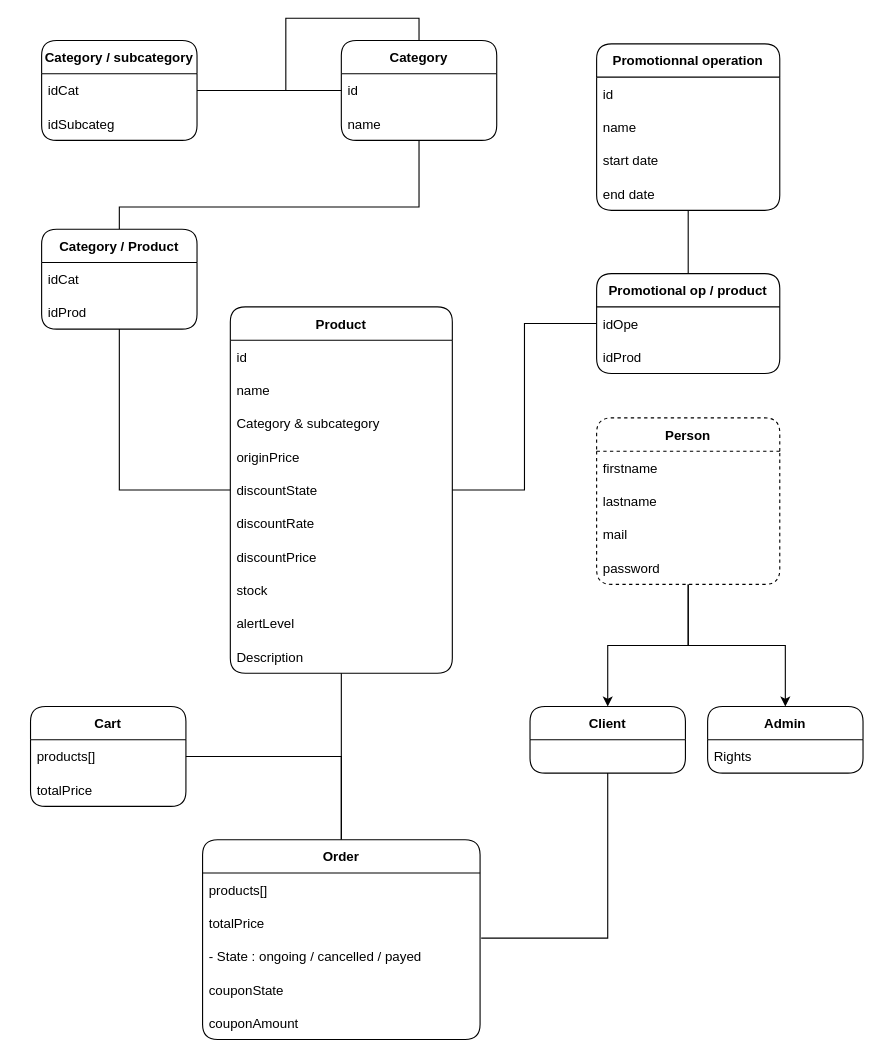
zbendd/ptut8 keeps this draw.io diagram as ptut8_DiagrammeDeClasse_V1.0.drawio. Above is the earlier version. Source tidied: cells renumbered, new cells numbered last; positions are measured from the earlier drawing's top-left corner, leaving out a move shared by most shapes. Both pictures are drawn from the tidied source at 111%, with x=0, y=0 at pixel (30, 18).
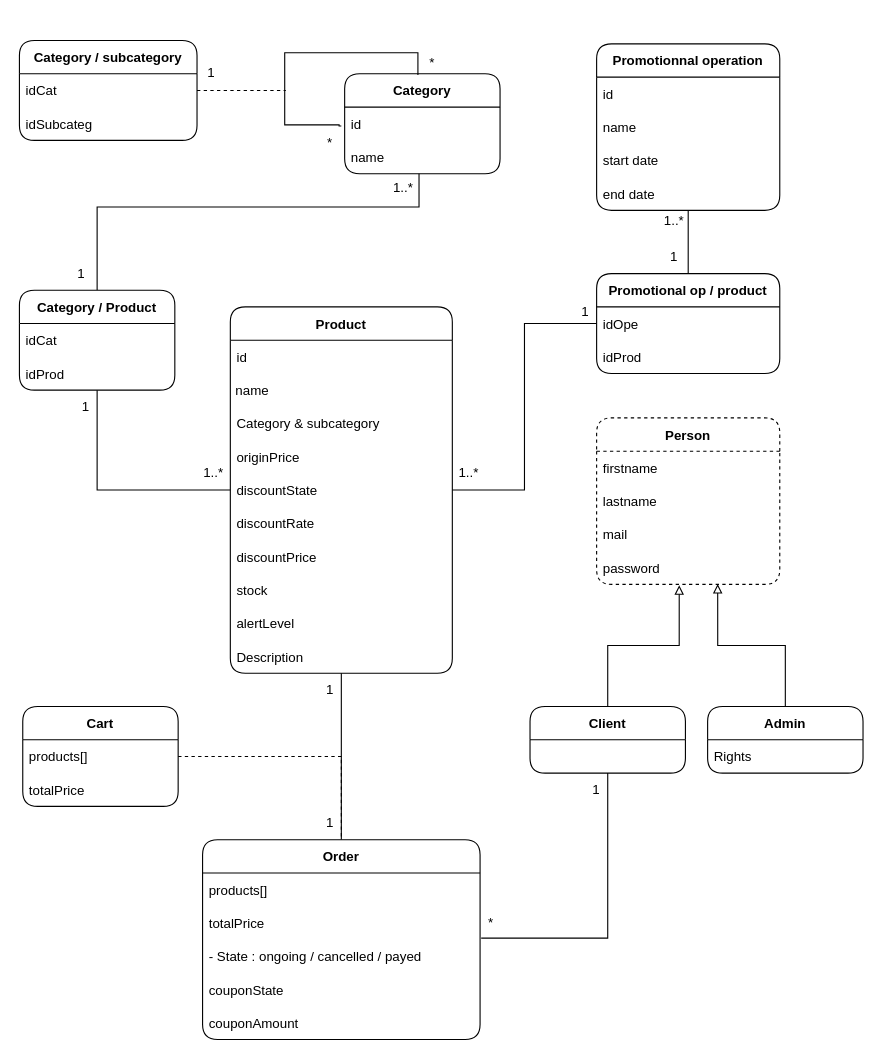
The same diagram, later.

Unchanged cells that the change refers to:
```xml
<mxCell id="8" value="id" style="text;strokeColor=none;fillColor=none;align=left;verticalAlign=middle;spacingLeft=4;spacingRight=4;overflow=hidden;points=[[0,0.5],[1,0.5]];portConstraint=eastwest;" parent="7" vertex="1">
  <mxGeometry y="30" width="140" height="30" as="geometry" />
</mxCell>
<mxCell id="12" value="Product" style="swimlane;fontStyle=1;horizontal=1;startSize=30;gradientColor=none;rounded=1;" parent="1" vertex="1">
  <mxGeometry x="180" y="260" width="200" height="330" as="geometry" />
</mxCell>
<mxCell id="38" value="Person" style="swimlane;fontStyle=1;horizontal=1;startSize=30;gradientColor=none;rounded=1;dashed=1;" parent="1" vertex="1">
  <mxGeometry x="510" y="360" width="165" height="150" as="geometry" />
</mxCell>
<mxCell id="42" value="password" style="text;strokeColor=none;fillColor=none;align=left;verticalAlign=middle;spacingLeft=4;spacingRight=4;overflow=hidden;points=[[0,0.5],[1,0.5]];portConstraint=eastwest;" parent="38" vertex="1">
  <mxGeometry y="120" width="165" height="30" as="geometry" />
</mxCell>
<mxCell id="47" value="Order" style="swimlane;fontStyle=1;horizontal=1;startSize=30;gradientColor=none;rounded=1;" parent="1" vertex="1">
  <mxGeometry x="155" y="740" width="250" height="180" as="geometry" />
</mxCell>
<mxCell id="54" value="Client" style="swimlane;fontStyle=1;horizontal=1;startSize=30;gradientColor=none;rounded=1;" parent="1" vertex="1">
  <mxGeometry x="450" y="620" width="140" height="60" as="geometry" />
</mxCell>
<mxCell id="55" value="Admin" style="swimlane;fontStyle=1;horizontal=1;startSize=30;gradientColor=none;rounded=1;" parent="1" vertex="1">
  <mxGeometry x="610" y="620" width="140" height="60" as="geometry" />
</mxCell>
```

What changed in the source:
```diff
@@
-    <mxCell id="2" style="edgeStyle=orthogonalEdgeStyle;rounded=0;jettySize=auto;html=1;endArrow=none;endFill=0;entryX=0;entryY=0.5;entryDx=0;entryDy=0;" parent="1" edge="1" source="3" target="8">
-      <mxGeometry relative="1" as="geometry" />
-    </mxCell>
+    <mxCell id="58" style="edgeStyle=orthogonalEdgeStyle;rounded=0;jettySize=auto;html=1;endArrow=none;endFill=0;dashed=1;" parent="1" edge="1" source="3">
+      <mxGeometry relative="1" as="geometry">
+        <mxPoint x="230" y="65" as="targetPoint" />
+      </mxGeometry>
+    </mxCell>
     <mxCell id="3" value="Category / subcategory" style="swimlane;fontStyle=1;horizontal=1;startSize=30;gradientColor=none;rounded=1;" parent="1" vertex="1">
-      <mxGeometry x="10" y="20" width="140" height="90" as="geometry" />
+      <mxGeometry x="-10" y="20" width="160" height="90" as="geometry" />
     </mxCell>
     <mxCell id="4" value="idCat" style="text;strokeColor=none;fillColor=none;align=left;verticalAlign=middle;spacingLeft=4;spacingRight=4;overflow=hidden;" parent="3" vertex="1">
-      <mxGeometry y="30" width="140" height="30" as="geometry" />
+      <mxGeometry y="30" width="160" height="30" as="geometry" />
     </mxCell>
     <mxCell id="5" value="idSubcateg" style="text;strokeColor=none;fillColor=none;align=left;verticalAlign=middle;spacingLeft=4;spacingRight=4;overflow=hidden;" parent="3" vertex="1">
-      <mxGeometry y="60" width="140" height="30" as="geometry" />
+      <mxGeometry y="60" width="160" height="30" as="geometry" />
     </mxCell>
     <mxCell id="6" style="edgeStyle=orthogonalEdgeStyle;rounded=0;jettySize=auto;html=1;entryX=0.5;entryY=0;entryDx=0;entryDy=0;endArrow=none;endFill=0;" parent="1" edge="1" source="7" target="24">
       <mxGeometry relative="1" as="geometry">
         <Array as="points">
           <mxPoint x="350" y="170" />
-          <mxPoint x="80" y="170" />
+          <mxPoint x="60" y="170" />
         </Array>
       </mxGeometry>
     </mxCell>
     <mxCell id="7" value="Category" style="swimlane;fontStyle=1;horizontal=1;startSize=30;gradientColor=none;rounded=1;" parent="1" vertex="1">
-      <mxGeometry x="280" y="20" width="140" height="90" as="geometry" />
+      <mxGeometry x="283" y="50" width="140" height="90" as="geometry" />
     </mxCell>
@@
-    <mxCell id="10" style="edgeStyle=orthogonalEdgeStyle;rounded=0;jettySize=auto;html=1;exitX=0.5;exitY=0;exitDx=0;exitDy=0;endArrow=none;endFill=0;entryX=0;entryY=0.5;entryDx=0;entryDy=0;" parent="7" edge="1" source="7" target="8">
+    <mxCell id="10" style="edgeStyle=orthogonalEdgeStyle;rounded=0;jettySize=auto;html=1;exitX=0.5;exitY=0;exitDx=0;exitDy=0;endArrow=none;endFill=0;entryX=1;entryY=0;entryDx=0;entryDy=0;" parent="7" edge="1" target="62">
       <mxGeometry relative="1" as="geometry">
+        <mxPoint x="66" y="1" as="sourcePoint" />
         <Array as="points">
-          <mxPoint x="70" y="-20" />
-          <mxPoint x="-50" y="-20" />
-          <mxPoint x="-50" y="45" />
+          <mxPoint x="66" y="-19" />
+          <mxPoint x="-54" y="-19" />
+          <mxPoint x="-54" y="46" />
+          <mxPoint x="-5" y="46" />
         </Array>
       </mxGeometry>
     </mxCell>
@@
-    <mxCell id="14" value="name" style="text;strokeColor=none;fillColor=none;align=left;verticalAlign=middle;spacingLeft=4;spacingRight=4;overflow=hidden;" parent="12" vertex="1">
+    <mxCell id="14" value="name" style="text;strokeColor=none;fillColor=none;align=left;verticalAlign=middle;spacingLeft=4;spacingRight=4;overflow=hidden;spacing=1;" parent="12" vertex="1">
       <mxGeometry y="60" width="200" height="30" as="geometry" />
     </mxCell>
@@
     <mxCell id="24" value="Category / Product" style="swimlane;fontStyle=1;horizontal=1;startSize=30;gradientColor=none;rounded=1;" parent="1" vertex="1">
-      <mxGeometry x="10" y="190" width="140" height="90" as="geometry" />
+      <mxGeometry x="-10" y="245" width="140" height="90" as="geometry" />
     </mxCell>
@@
-    <mxCell id="36" style="edgeStyle=orthogonalEdgeStyle;rounded=0;jettySize=auto;html=1;entryX=0.5;entryY=0;entryDx=0;entryDy=0;endArrow=classic;endFill=1;" parent="1" edge="1" source="38" target="55">
-      <mxGeometry relative="1" as="geometry" />
-    </mxCell>
-    <mxCell id="37" style="edgeStyle=orthogonalEdgeStyle;rounded=0;jettySize=auto;html=1;entryX=0.5;entryY=0;entryDx=0;entryDy=0;endArrow=classic;endFill=1;" parent="1" edge="1" source="38" target="54">
-      <mxGeometry relative="1" as="geometry" />
-    </mxCell>
@@
-    <mxCell id="43" style="edgeStyle=orthogonalEdgeStyle;rounded=0;jettySize=auto;html=1;endArrow=none;endFill=0;entryX=0.5;entryY=0;entryDx=0;entryDy=0;" parent="1" edge="1" source="44" target="47">
+    <mxCell id="43" style="edgeStyle=orthogonalEdgeStyle;rounded=0;jettySize=auto;html=1;endArrow=none;endFill=0;entryX=0.5;entryY=0;entryDx=0;entryDy=0;dashed=1;" parent="1" edge="1" source="44" target="47">
       <mxGeometry relative="1" as="geometry" />
     </mxCell>
     <mxCell id="44" value="Cart" style="swimlane;fontStyle=1;horizontal=1;startSize=30;gradientColor=none;rounded=1;" parent="1" vertex="1">
-      <mxGeometry y="620" width="140" height="90" as="geometry" />
+      <mxGeometry x="-7" y="620" width="140" height="90" as="geometry" />
     </mxCell>
@@
+    <mxCell id="59" style="edgeStyle=orthogonalEdgeStyle;rounded=0;jettySize=auto;html=1;entryX=0.451;entryY=1.025;entryDx=0;entryDy=0;entryPerimeter=0;endArrow=block;endFill=0;" parent="1" edge="1" source="54" target="42">
+      <mxGeometry relative="1" as="geometry" />
+    </mxCell>
@@
+    <mxCell id="60" style="edgeStyle=orthogonalEdgeStyle;rounded=0;jettySize=auto;html=1;entryX=0.661;entryY=0.989;entryDx=0;entryDy=0;entryPerimeter=0;endArrow=block;endFill=0;" parent="1" edge="1" source="55" target="42">
+      <mxGeometry relative="1" as="geometry" />
+    </mxCell>
@@
+    <mxCell id="61" value="1" style="text;html=1;strokeColor=none;fillColor=none;align=center;verticalAlign=middle;whiteSpace=wrap;rounded=0;" parent="1" vertex="1">
+      <mxGeometry x="153" y="36" width="20" height="26" as="geometry" />
+    </mxCell>
+    <mxCell id="62" value="*" style="text;html=1;strokeColor=none;fillColor=none;align=center;verticalAlign=middle;whiteSpace=wrap;rounded=0;" parent="1" vertex="1">
+      <mxGeometry x="260" y="97" width="20" height="30" as="geometry" />
+    </mxCell>
+    <mxCell id="63" value="*" style="text;html=1;strokeColor=none;fillColor=none;align=center;verticalAlign=middle;whiteSpace=wrap;rounded=0;" parent="1" vertex="1">
+      <mxGeometry x="352" y="30" width="20" height="20" as="geometry" />
+    </mxCell>
+    <mxCell id="64" value="1..*" style="text;html=1;strokeColor=none;fillColor=none;align=center;verticalAlign=middle;whiteSpace=wrap;rounded=0;" parent="1" vertex="1">
+      <mxGeometry x="326" y="143" width="20" height="20" as="geometry" />
+    </mxCell>
+    <mxCell id="65" value="1" style="text;html=1;strokeColor=none;fillColor=none;align=center;verticalAlign=middle;whiteSpace=wrap;rounded=0;" parent="1" vertex="1">
+      <mxGeometry x="36" y="220" width="20" height="20" as="geometry" />
+    </mxCell>
+    <mxCell id="66" value="1" style="text;html=1;strokeColor=none;fillColor=none;align=center;verticalAlign=middle;whiteSpace=wrap;rounded=0;" parent="1" vertex="1">
+      <mxGeometry x="40" y="340" width="20" height="20" as="geometry" />
+    </mxCell>
+    <mxCell id="67" value="1..*" style="text;html=1;strokeColor=none;fillColor=none;align=center;verticalAlign=middle;whiteSpace=wrap;rounded=0;" parent="1" vertex="1">
+      <mxGeometry x="155" y="400" width="20" height="20" as="geometry" />
+    </mxCell>
+    <mxCell id="68" value="1..*" style="text;html=1;strokeColor=none;fillColor=none;align=center;verticalAlign=middle;whiteSpace=wrap;rounded=0;" parent="1" vertex="1">
+      <mxGeometry x="385" y="400" width="20" height="20" as="geometry" />
+    </mxCell>
+    <mxCell id="69" value="1" style="text;html=1;strokeColor=none;fillColor=none;align=center;verticalAlign=middle;whiteSpace=wrap;rounded=0;" parent="1" vertex="1">
+      <mxGeometry x="490" y="250" width="20" height="30" as="geometry" />
+    </mxCell>
+    <mxCell id="70" value="1" style="text;html=1;strokeColor=none;fillColor=none;align=center;verticalAlign=middle;whiteSpace=wrap;rounded=0;" parent="1" vertex="1">
+      <mxGeometry x="570" y="200" width="20" height="30" as="geometry" />
+    </mxCell>
+    <mxCell id="71" value="1..*" style="text;html=1;strokeColor=none;fillColor=none;align=center;verticalAlign=middle;whiteSpace=wrap;rounded=0;" parent="1" vertex="1">
+      <mxGeometry x="570" y="173" width="20" height="20" as="geometry" />
+    </mxCell>
+    <mxCell id="72" value="1" style="text;html=1;strokeColor=none;fillColor=none;align=center;verticalAlign=middle;whiteSpace=wrap;rounded=0;" parent="1" vertex="1">
+      <mxGeometry x="260" y="590" width="20" height="30" as="geometry" />
+    </mxCell>
+    <mxCell id="73" value="1" style="text;html=1;strokeColor=none;fillColor=none;align=center;verticalAlign=middle;whiteSpace=wrap;rounded=0;" parent="1" vertex="1">
+      <mxGeometry x="260" y="710" width="20" height="30" as="geometry" />
+    </mxCell>
+    <mxCell id="74" value="*" style="text;html=1;strokeColor=none;fillColor=none;align=center;verticalAlign=middle;whiteSpace=wrap;rounded=0;" parent="1" vertex="1">
+      <mxGeometry x="405" y="800" width="20" height="30" as="geometry" />
+    </mxCell>
+    <mxCell id="75" value="1" style="text;html=1;strokeColor=none;fillColor=none;align=center;verticalAlign=middle;whiteSpace=wrap;rounded=0;" parent="1" vertex="1">
+      <mxGeometry x="500" y="680" width="20" height="30" as="geometry" />
+    </mxCell>
```
